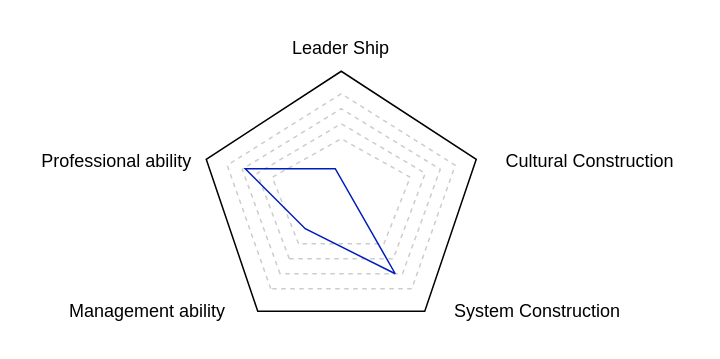
Before: page "技术总监" (1 of 4) of 技术领导力.drawio in rexlin600/diagrams, a draw.io diagram. Source tidied: cells renumbered, new cells numbered last; positions are measured from the earlier drawing's top-left corner, leaving out a move shared by most shapes. Both pictures are drawn from the tidied source at 150%, with x=0, y=0 at pixel (26, 26).
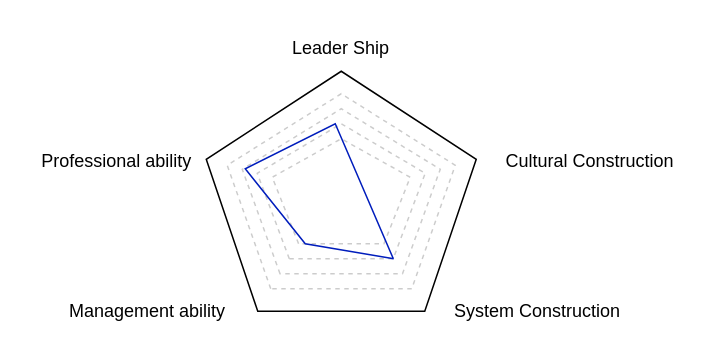
Above is the later version.

Change to the diagram source:
```diff
@@
 <mxGraphModel>
   <root>
     <mxCell id="0" />
     <mxCell id="1" parent="0" />
     <mxCell id="2" style="whiteSpace=wrap;html=1;shape=mxgraph.basic.pentagon;dashed=1;fillColor=none;strokeColor=default;opacity=20;" parent="1" vertex="1">
       <mxGeometry x="134" y="45" width="152" height="130" as="geometry" />
     </mxCell>
     <mxCell id="3" style="whiteSpace=wrap;html=1;shape=mxgraph.basic.pentagon;dashed=1;fillColor=none;strokeColor=default;opacity=20;" parent="1" vertex="1">
       <mxGeometry x="144" y="55" width="132" height="110" as="geometry" />
     </mxCell>
     <mxCell id="4" style="whiteSpace=wrap;html=1;shape=mxgraph.basic.pentagon;dashed=1;fillColor=none;strokeColor=default;opacity=20;" parent="1" vertex="1">
       <mxGeometry x="164" y="75" width="92" height="70" as="geometry" />
     </mxCell>
     <mxCell id="5" style="whiteSpace=wrap;html=1;shape=mxgraph.basic.pentagon;fillColor=none;" parent="1" vertex="1">
       <mxGeometry x="120" y="30" width="180" height="160" as="geometry" />
     </mxCell>
     <mxCell id="6" style="whiteSpace=wrap;html=1;shape=mxgraph.basic.pentagon;dashed=1;fillColor=none;strokeColor=default;opacity=20;" parent="1" vertex="1">
       <mxGeometry x="154" y="65" width="112" height="90" as="geometry" />
     </mxCell>
     <mxCell id="7" value="Leader Ship" style="text;html=1;strokeColor=none;fillColor=none;align=center;verticalAlign=middle;whiteSpace=wrap;rounded=0;" parent="1" vertex="1">
       <mxGeometry x="172" width="76" height="30" as="geometry" />
     </mxCell>
     <mxCell id="8" value="&lt;span&gt;Management ability&lt;/span&gt;" style="text;html=1;strokeColor=none;fillColor=none;align=center;verticalAlign=middle;whiteSpace=wrap;rounded=0;" parent="1" vertex="1">
       <mxGeometry x="26" y="175" width="110" height="30" as="geometry" />
     </mxCell>
     <mxCell id="9" value="Cultural Construction" style="text;html=1;strokeColor=none;fillColor=none;align=center;verticalAlign=middle;whiteSpace=wrap;rounded=0;" parent="1" vertex="1">
       <mxGeometry x="306" y="75" width="140" height="30" as="geometry" />
     </mxCell>
     <mxCell id="10" value="System Construction" style="text;html=1;strokeColor=none;fillColor=none;align=center;verticalAlign=middle;whiteSpace=wrap;rounded=0;" parent="1" vertex="1">
       <mxGeometry x="276" y="175" width="130" height="30" as="geometry" />
     </mxCell>
-    <mxCell id="11" style="endArrow=none;html=1;shadow=0;fontColor=none;labelBackgroundColor=none;labelBorderColor=none;noLabel=1;verticalAlign=middle;fillColor=#0050ef;strokeColor=#001DBC;rounded=0;sketch=0;" parent="1" edge="1">
+    <mxCell id="11" style="endArrow=none;html=1;shadow=0;fontColor=none;labelBackgroundColor=none;labelBorderColor=none;noLabel=1;verticalAlign=middle;fillColor=#0050ef;strokeColor=#001DBC;rounded=0;sketch=0;entryX=0.81;entryY=1;entryDx=0;entryDy=0;entryPerimeter=0;" parent="1" edge="1" target="6">
       <mxGeometry relative="1" as="geometry">
-        <mxPoint x="246" y="165" as="sourcePoint" />
-        <mxPoint x="246" y="165" as="targetPoint" />
+        <mxPoint x="245" y="155" as="sourcePoint" />
         <Array as="points">
-          <mxPoint x="186" y="135" />
+          <mxPoint x="186" y="145" />
           <mxPoint x="146" y="95" />
-          <mxPoint x="206" y="95" />
+          <mxPoint x="206" y="65" />
         </Array>
       </mxGeometry>
     </mxCell>
     <mxCell id="12" value="&lt;span&gt;Professional ability&lt;/span&gt;" style="text;html=1;align=center;verticalAlign=middle;strokeColor=none;fillColor=none;fontColor=none;" parent="1" vertex="1">
       <mxGeometry y="80" width="120" height="20" as="geometry" />
     </mxCell>
   </root>
 </mxGraphModel>
```
